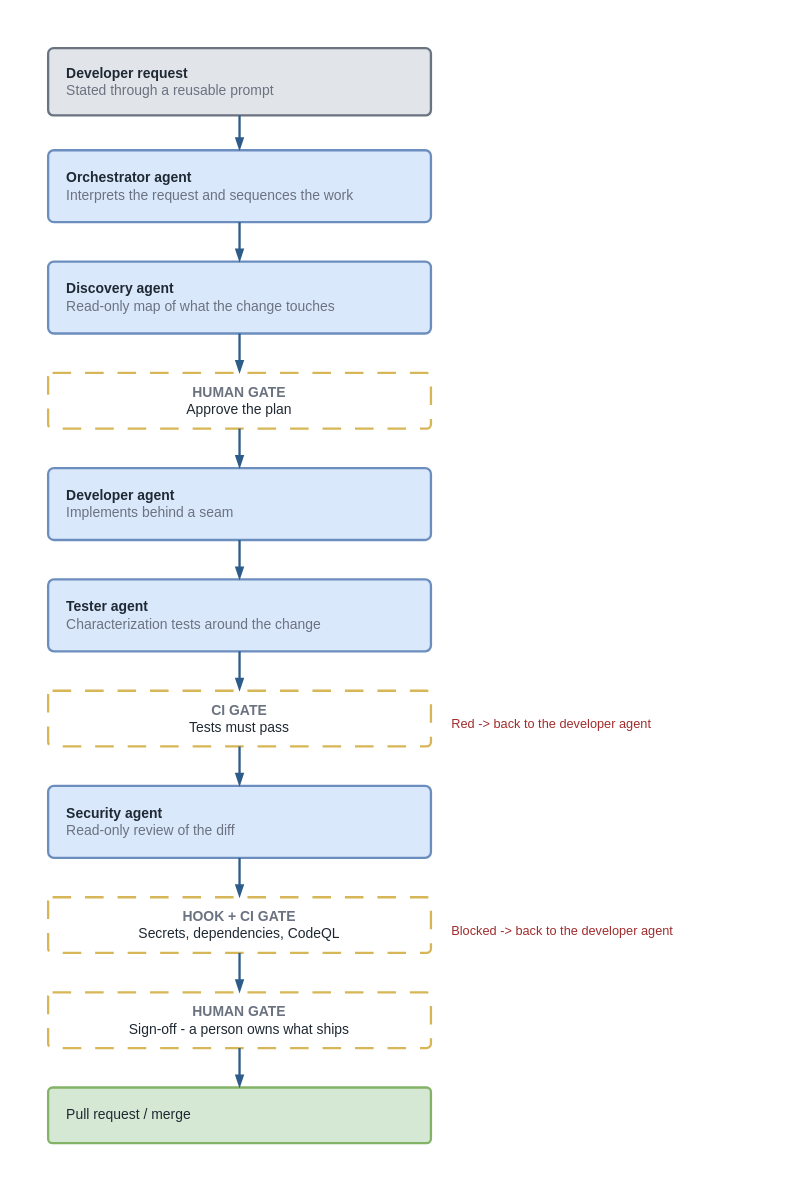
jssuthahar/blog keeps this draw.io diagram as src/content/blog/legacy-modernization/github-copilot-multi-agent-orchestrator-legacy-teams/diagrams/copilot-multi-agent-orchestrator-pipeline-gates.drawio. Above is the earlier version. Source tidied: cells renumbered, new cells numbered last; positions are measured from the earlier drawing's top-left corner, leaving out a move shared by most shapes. Both pictures are drawn from the tidied source at 116%, with x=0, y=0 at pixel (20, 20).
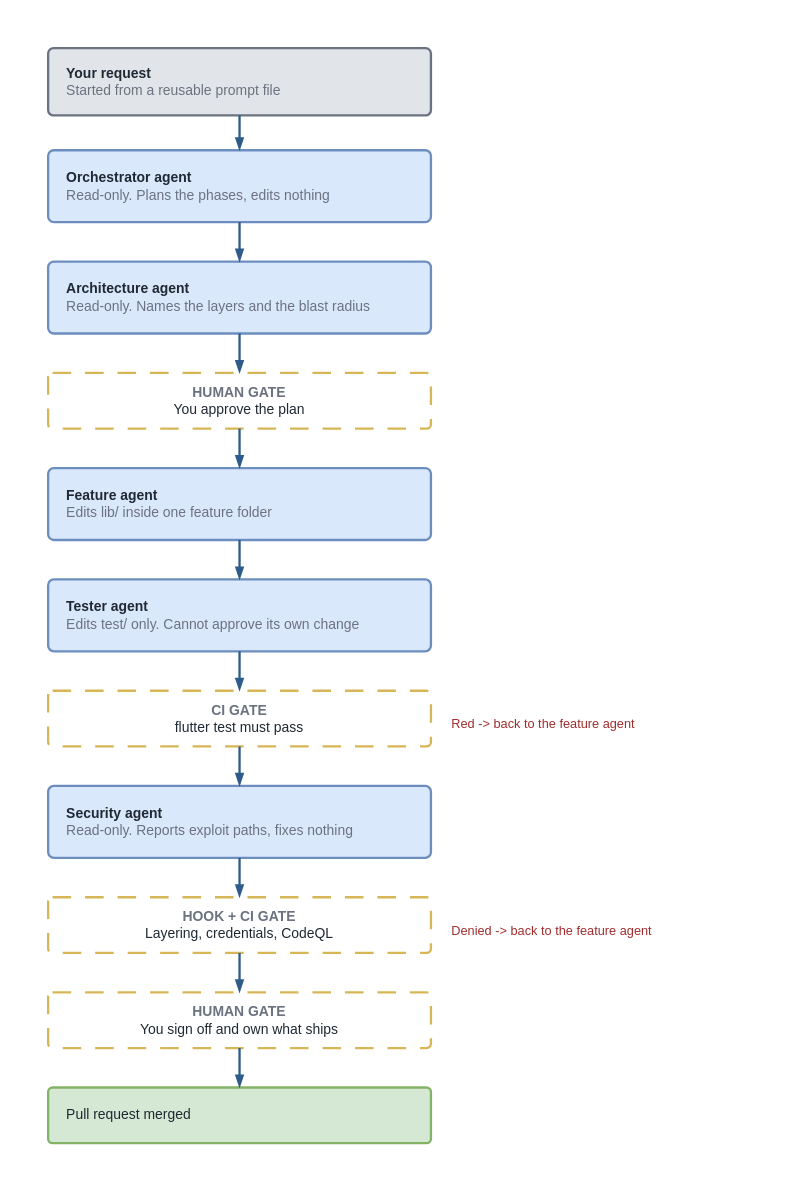
The same page after the edit.

Change to the diagram source:
```diff
@@
-    <mxCell id="3" value="&lt;b&gt;Developer request&lt;/b&gt;&lt;br&gt;&lt;font color='#6B7280'&gt;Stated through a reusable prompt&lt;/font&gt;" style="rounded=1;arcSize=8;whiteSpace=wrap;html=1;fillColor=#E1E4E8;strokeColor=#6B7280;strokeWidth=2;fontSize=12;fontColor=#1F2933;align=left;spacingLeft=14;" parent="1" vertex="1">
+    <mxCell id="3" value="&lt;b&gt;Your request&lt;/b&gt;&lt;br&gt;&lt;font color='#6B7280'&gt;Started from a reusable prompt file&lt;/font&gt;" style="rounded=1;arcSize=8;whiteSpace=wrap;html=1;fillColor=#E1E4E8;strokeColor=#6B7280;strokeWidth=2;fontSize=12;fontColor=#1F2933;align=left;spacingLeft=14;" parent="1" vertex="1">
       <mxGeometry x="24" y="24" width="330" height="58" as="geometry" />
     </mxCell>
-    <mxCell id="4" value="&lt;b&gt;Orchestrator agent&lt;/b&gt;&lt;br&gt;&lt;font color='#6B7280'&gt;Interprets the request and sequences the work&lt;/font&gt;" style="rounded=1;arcSize=8;whiteSpace=wrap;html=1;fillColor=#DAE8FC;strokeColor=#6C8EBF;strokeWidth=2;fontSize=12;fontColor=#1F2933;align=left;spacingLeft=14;" parent="1" vertex="1">
+    <mxCell id="4" value="&lt;b&gt;Orchestrator agent&lt;/b&gt;&lt;br&gt;&lt;font color='#6B7280'&gt;Read-only. Plans the phases, edits nothing&lt;/font&gt;" style="rounded=1;arcSize=8;whiteSpace=wrap;html=1;fillColor=#DAE8FC;strokeColor=#6C8EBF;strokeWidth=2;fontSize=12;fontColor=#1F2933;align=left;spacingLeft=14;" parent="1" vertex="1">
       <mxGeometry x="24" y="112" width="330" height="62" as="geometry" />
     </mxCell>
-    <mxCell id="5" value="&lt;b&gt;Discovery agent&lt;/b&gt;&lt;br&gt;&lt;font color='#6B7280'&gt;Read-only map of what the change touches&lt;/font&gt;" style="rounded=1;arcSize=8;whiteSpace=wrap;html=1;fillColor=#DAE8FC;strokeColor=#6C8EBF;strokeWidth=2;fontSize=12;fontColor=#1F2933;align=left;spacingLeft=14;" parent="1" vertex="1">
+    <mxCell id="5" value="&lt;b&gt;Architecture agent&lt;/b&gt;&lt;br&gt;&lt;font color='#6B7280'&gt;Read-only. Names the layers and the blast radius&lt;/font&gt;" style="rounded=1;arcSize=8;whiteSpace=wrap;html=1;fillColor=#DAE8FC;strokeColor=#6C8EBF;strokeWidth=2;fontSize=12;fontColor=#1F2933;align=left;spacingLeft=14;" parent="1" vertex="1">
       <mxGeometry x="24" y="208" width="330" height="62" as="geometry" />
     </mxCell>
-    <mxCell id="6" value="&lt;font color='#6B7280'&gt;&lt;b&gt;HUMAN GATE&lt;/b&gt;&lt;/font&gt;&lt;br&gt;Approve the plan" style="rounded=1;arcSize=8;whiteSpace=wrap;html=1;fillColor=none;strokeColor=#D6B656;strokeWidth=2;dashed=1;dashPattern=8 6;fontSize=12;fontColor=#1F2933;" parent="1" vertex="1">
+    <mxCell id="6" value="&lt;font color='#6B7280'&gt;&lt;b&gt;HUMAN GATE&lt;/b&gt;&lt;/font&gt;&lt;br&gt;You approve the plan" style="rounded=1;arcSize=8;whiteSpace=wrap;html=1;fillColor=none;strokeColor=#D6B656;strokeWidth=2;dashed=1;dashPattern=8 6;fontSize=12;fontColor=#1F2933;" parent="1" vertex="1">
       <mxGeometry x="24" y="304" width="330" height="48" as="geometry" />
     </mxCell>
-    <mxCell id="7" value="&lt;b&gt;Developer agent&lt;/b&gt;&lt;br&gt;&lt;font color='#6B7280'&gt;Implements behind a seam&lt;/font&gt;" style="rounded=1;arcSize=8;whiteSpace=wrap;html=1;fillColor=#DAE8FC;strokeColor=#6C8EBF;strokeWidth=2;fontSize=12;fontColor=#1F2933;align=left;spacingLeft=14;" parent="1" vertex="1">
+    <mxCell id="7" value="&lt;b&gt;Feature agent&lt;/b&gt;&lt;br&gt;&lt;font color='#6B7280'&gt;Edits lib/ inside one feature folder&lt;/font&gt;" style="rounded=1;arcSize=8;whiteSpace=wrap;html=1;fillColor=#DAE8FC;strokeColor=#6C8EBF;strokeWidth=2;fontSize=12;fontColor=#1F2933;align=left;spacingLeft=14;" parent="1" vertex="1">
       <mxGeometry x="24" y="386" width="330" height="62" as="geometry" />
     </mxCell>
-    <mxCell id="8" value="&lt;b&gt;Tester agent&lt;/b&gt;&lt;br&gt;&lt;font color='#6B7280'&gt;Characterization tests around the change&lt;/font&gt;" style="rounded=1;arcSize=8;whiteSpace=wrap;html=1;fillColor=#DAE8FC;strokeColor=#6C8EBF;strokeWidth=2;fontSize=12;fontColor=#1F2933;align=left;spacingLeft=14;" parent="1" vertex="1">
+    <mxCell id="8" value="&lt;b&gt;Tester agent&lt;/b&gt;&lt;br&gt;&lt;font color='#6B7280'&gt;Edits test/ only. Cannot approve its own change&lt;/font&gt;" style="rounded=1;arcSize=8;whiteSpace=wrap;html=1;fillColor=#DAE8FC;strokeColor=#6C8EBF;strokeWidth=2;fontSize=12;fontColor=#1F2933;align=left;spacingLeft=14;" parent="1" vertex="1">
       <mxGeometry x="24" y="482" width="330" height="62" as="geometry" />
     </mxCell>
-    <mxCell id="9" value="&lt;font color='#6B7280'&gt;&lt;b&gt;CI GATE&lt;/b&gt;&lt;/font&gt;&lt;br&gt;Tests must pass" style="rounded=1;arcSize=8;whiteSpace=wrap;html=1;fillColor=none;strokeColor=#D6B656;strokeWidth=2;dashed=1;dashPattern=8 6;fontSize=12;fontColor=#1F2933;" parent="1" vertex="1">
+    <mxCell id="9" value="&lt;font color='#6B7280'&gt;&lt;b&gt;CI GATE&lt;/b&gt;&lt;/font&gt;&lt;br&gt;flutter test must pass" style="rounded=1;arcSize=8;whiteSpace=wrap;html=1;fillColor=none;strokeColor=#D6B656;strokeWidth=2;dashed=1;dashPattern=8 6;fontSize=12;fontColor=#1F2933;" parent="1" vertex="1">
       <mxGeometry x="24" y="578" width="330" height="48" as="geometry" />
     </mxCell>
-    <mxCell id="10" value="Red -&gt; back to the developer agent" style="text;html=1;align=left;verticalAlign=middle;fontSize=11;fontColor=#A02C2C;fontStyle=0;" parent="1" vertex="1">
+    <mxCell id="10" value="Red -&gt; back to the feature agent" style="text;html=1;align=left;verticalAlign=middle;fontSize=11;fontColor=#A02C2C;fontStyle=0;" parent="1" vertex="1">
       <mxGeometry x="370" y="590" width="250" height="34" as="geometry" />
     </mxCell>
-    <mxCell id="11" value="&lt;b&gt;Security agent&lt;/b&gt;&lt;br&gt;&lt;font color='#6B7280'&gt;Read-only review of the diff&lt;/font&gt;" style="rounded=1;arcSize=8;whiteSpace=wrap;html=1;fillColor=#DAE8FC;strokeColor=#6C8EBF;strokeWidth=2;fontSize=12;fontColor=#1F2933;align=left;spacingLeft=14;" parent="1" vertex="1">
+    <mxCell id="11" value="&lt;b&gt;Security agent&lt;/b&gt;&lt;br&gt;&lt;font color='#6B7280'&gt;Read-only. Reports exploit paths, fixes nothing&lt;/font&gt;" style="rounded=1;arcSize=8;whiteSpace=wrap;html=1;fillColor=#DAE8FC;strokeColor=#6C8EBF;strokeWidth=2;fontSize=12;fontColor=#1F2933;align=left;spacingLeft=14;" parent="1" vertex="1">
       <mxGeometry x="24" y="660" width="330" height="62" as="geometry" />
     </mxCell>
-    <mxCell id="12" value="&lt;font color='#6B7280'&gt;&lt;b&gt;HOOK + CI GATE&lt;/b&gt;&lt;/font&gt;&lt;br&gt;Secrets, dependencies, CodeQL" style="rounded=1;arcSize=8;whiteSpace=wrap;html=1;fillColor=none;strokeColor=#D6B656;strokeWidth=2;dashed=1;dashPattern=8 6;fontSize=12;fontColor=#1F2933;" parent="1" vertex="1">
+    <mxCell id="12" value="&lt;font color='#6B7280'&gt;&lt;b&gt;HOOK + CI GATE&lt;/b&gt;&lt;/font&gt;&lt;br&gt;Layering, credentials, CodeQL" style="rounded=1;arcSize=8;whiteSpace=wrap;html=1;fillColor=none;strokeColor=#D6B656;strokeWidth=2;dashed=1;dashPattern=8 6;fontSize=12;fontColor=#1F2933;" parent="1" vertex="1">
       <mxGeometry x="24" y="756" width="330" height="48" as="geometry" />
     </mxCell>
-    <mxCell id="13" value="Blocked -&gt; back to the developer agent" style="text;html=1;align=left;verticalAlign=middle;fontSize=11;fontColor=#A02C2C;fontStyle=0;" parent="1" vertex="1">
+    <mxCell id="13" value="Denied -&gt; back to the feature agent" style="text;html=1;align=left;verticalAlign=middle;fontSize=11;fontColor=#A02C2C;fontStyle=0;" parent="1" vertex="1">
       <mxGeometry x="370" y="768" width="250" height="34" as="geometry" />
     </mxCell>
-    <mxCell id="14" value="&lt;font color='#6B7280'&gt;&lt;b&gt;HUMAN GATE&lt;/b&gt;&lt;/font&gt;&lt;br&gt;Sign-off - a person owns what ships" style="rounded=1;arcSize=8;whiteSpace=wrap;html=1;fillColor=none;strokeColor=#D6B656;strokeWidth=2;dashed=1;dashPattern=8 6;fontSize=12;fontColor=#1F2933;" parent="1" vertex="1">
+    <mxCell id="14" value="&lt;font color='#6B7280'&gt;&lt;b&gt;HUMAN GATE&lt;/b&gt;&lt;/font&gt;&lt;br&gt;You sign off and own what ships" style="rounded=1;arcSize=8;whiteSpace=wrap;html=1;fillColor=none;strokeColor=#D6B656;strokeWidth=2;dashed=1;dashPattern=8 6;fontSize=12;fontColor=#1F2933;" parent="1" vertex="1">
       <mxGeometry x="24" y="838" width="330" height="48" as="geometry" />
     </mxCell>
-    <mxCell id="15" value="Pull request / merge" style="rounded=1;arcSize=8;whiteSpace=wrap;html=1;fillColor=#D5E8D4;strokeColor=#82B366;strokeWidth=2;fontSize=12;fontColor=#1F2933;align=left;spacingLeft=14;" parent="1" vertex="1">
+    <mxCell id="15" value="Pull request merged" style="rounded=1;arcSize=8;whiteSpace=wrap;html=1;fillColor=#D5E8D4;strokeColor=#82B366;strokeWidth=2;fontSize=12;fontColor=#1F2933;align=left;spacingLeft=14;" parent="1" vertex="1">
       <mxGeometry x="24" y="920" width="330" height="48" as="geometry" />
     </mxCell>
```
